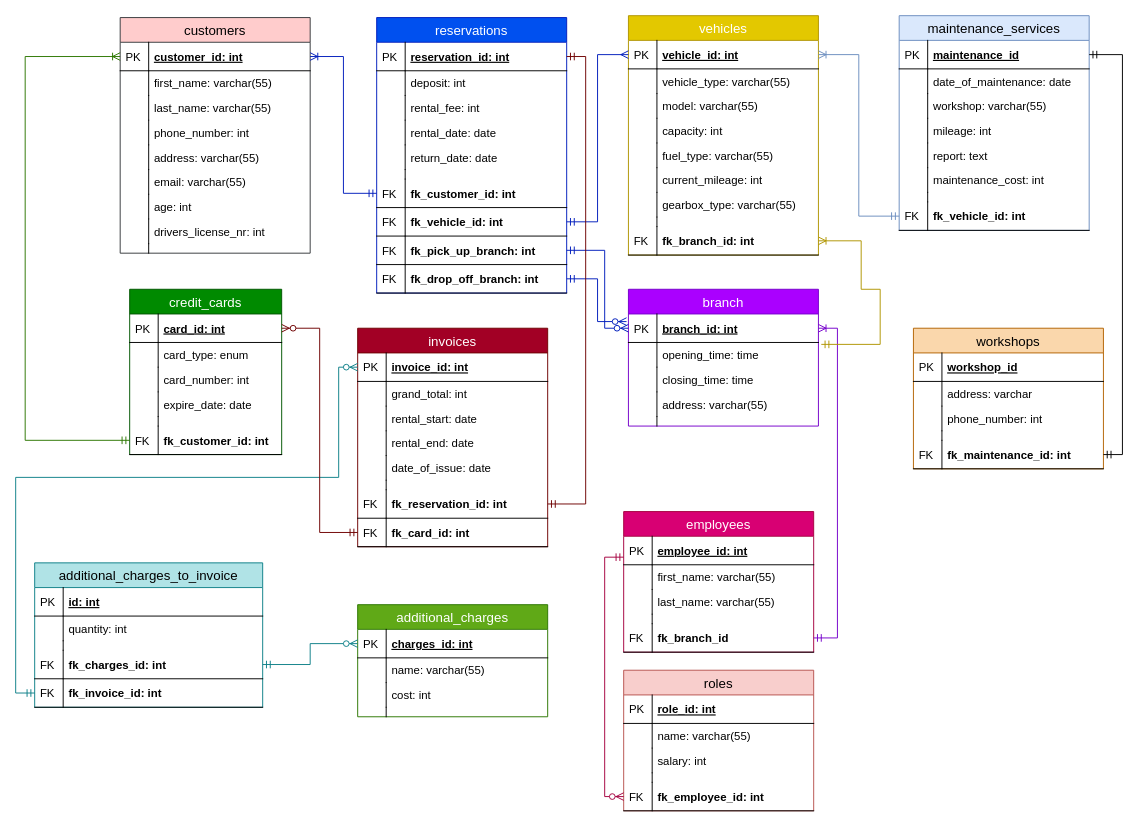
Earlier version of the draw.io diagram Database-Development/3nf.drawio (Cosmic0wl/FSWD70-Valentina-Panetta-CodeReview-09). Source tidied: cells renumbered, new cells numbered last; positions are measured from the earlier drawing's top-left corner, leaving out a move shared by most shapes. Both pictures are drawn from the tidied source at 95%, with x=0, y=0 at pixel (15, 15).
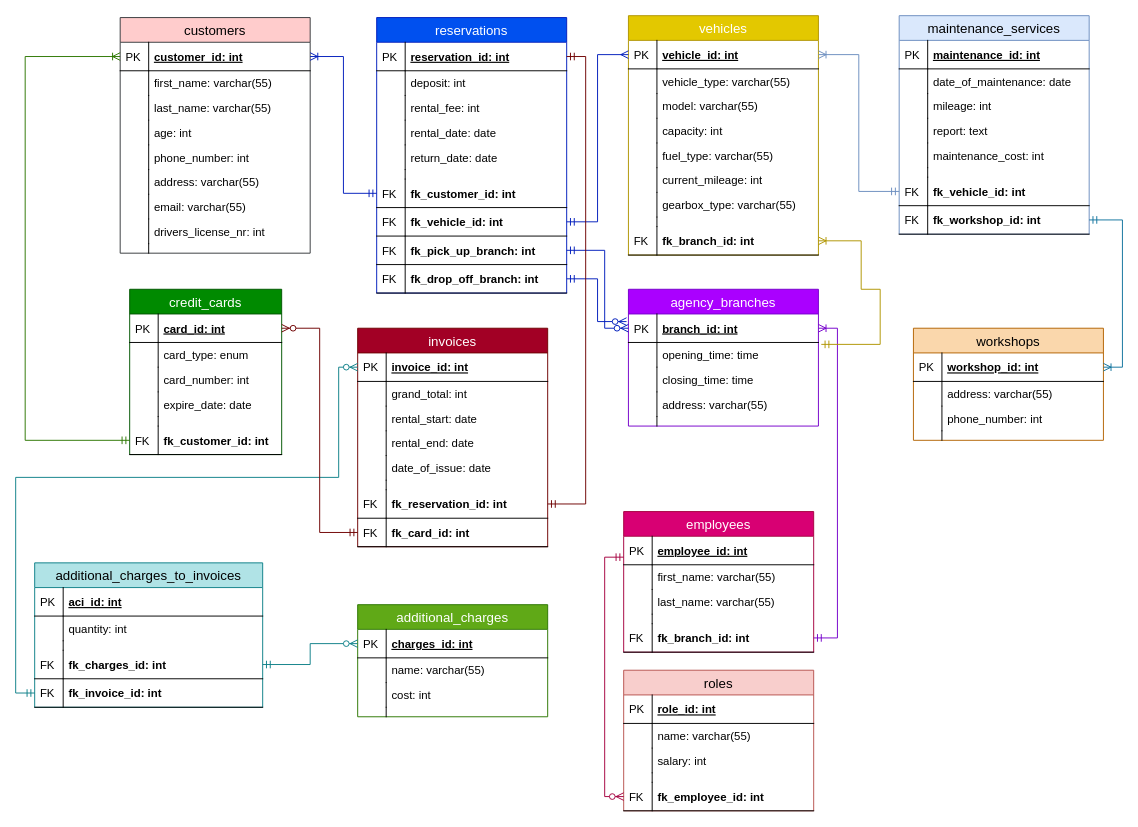
The same diagram, later.

The change refers to these unchanged cells:
```xml
<mxCell id="2" value="customers" style="swimlane;fontStyle=0;horizontal=1;startSize=26;fillColor=#ffcccc;swimlaneFillColor=#ffffff;align=center;fontSize=14;strokeColor=#36393d;" parent="1" vertex="1">
  <mxGeometry x="110" y="2" width="200" height="248" as="geometry" />
</mxCell>
<mxCell id="74" value="employees" style="swimlane;fontStyle=0;horizontal=1;startSize=26;fillColor=#d80073;swimlaneFillColor=#ffffff;align=center;fontSize=14;strokeColor=#A50040;fontColor=#ffffff;" parent="1" vertex="1">
  <mxGeometry x="640" y="522" width="200" height="148" as="geometry" />
</mxCell>
```

What changed in the source:
```diff
@@
+    <mxCell id="15" value="age: int&#10;" style="shape=partialRectangle;top=0;left=0;right=0;bottom=0;align=left;verticalAlign=top;fillColor=none;spacingLeft=34;spacingRight=4;overflow=hidden;fontSize=12;" parent="2" vertex="1">
+      <mxGeometry y="108" width="200" height="26" as="geometry" />
+    </mxCell>
+    <mxCell id="16" style="shape=partialRectangle;top=0;left=0;bottom=0;fillColor=none;align=left;verticalAlign=top;spacingLeft=4;spacingRight=4;overflow=hidden;fontSize=12;" parent="15" vertex="1">
+      <mxGeometry width="30" height="26" as="geometry" />
+    </mxCell>
     <mxCell id="9" value="phone_number: int&#10;" style="shape=partialRectangle;top=0;left=0;right=0;bottom=0;align=left;verticalAlign=top;fillColor=none;spacingLeft=34;spacingRight=4;overflow=hidden;fontSize=12;" parent="2" vertex="1">
-      <mxGeometry y="108" width="200" height="26" as="geometry" />
+      <mxGeometry y="134" width="200" height="26" as="geometry" />
     </mxCell>
@@
     <mxCell id="11" value="address: varchar(55)&#10;" style="shape=partialRectangle;top=0;left=0;right=0;bottom=0;align=left;verticalAlign=top;fillColor=none;spacingLeft=34;spacingRight=4;overflow=hidden;fontSize=12;" parent="2" vertex="1">
-      <mxGeometry y="134" width="200" height="26" as="geometry" />
+      <mxGeometry y="160" width="200" height="26" as="geometry" />
     </mxCell>
@@
     <mxCell id="13" value="email: varchar(55)&#10;" style="shape=partialRectangle;top=0;left=0;right=0;bottom=0;align=left;verticalAlign=top;fillColor=none;spacingLeft=34;spacingRight=4;overflow=hidden;fontSize=12;" parent="2" vertex="1">
-      <mxGeometry y="160" width="200" height="26" as="geometry" />
+      <mxGeometry y="186" width="200" height="26" as="geometry" />
     </mxCell>
@@
-    <mxCell id="15" value="age: int&#10;" style="shape=partialRectangle;top=0;left=0;right=0;bottom=0;align=left;verticalAlign=top;fillColor=none;spacingLeft=34;spacingRight=4;overflow=hidden;fontSize=12;" parent="2" vertex="1">
-      <mxGeometry y="186" width="200" height="26" as="geometry" />
-    </mxCell>
-    <mxCell id="16" style="shape=partialRectangle;top=0;left=0;bottom=0;fillColor=none;align=left;verticalAlign=top;spacingLeft=4;spacingRight=4;overflow=hidden;fontSize=12;" parent="15" vertex="1">
-      <mxGeometry width="30" height="26" as="geometry" />
-    </mxCell>
@@
-    <mxCell id="83" value="fk_branch_id" style="shape=partialRectangle;top=0;left=0;right=0;bottom=1;align=left;verticalAlign=middle;fillColor=none;spacingLeft=34;spacingRight=4;overflow=hidden;points=[[0,0.5],[1,0.5]];portConstraint=eastwest;fontStyle=1;fontSize=12;" parent="74" vertex="1">
+    <mxCell id="83" value="fk_branch_id: int" style="shape=partialRectangle;top=0;left=0;right=0;bottom=1;align=left;verticalAlign=middle;fillColor=none;spacingLeft=34;spacingRight=4;overflow=hidden;points=[[0,0.5],[1,0.5]];portConstraint=eastwest;fontStyle=1;fontSize=12;" parent="74" vertex="1">
       <mxGeometry y="118" width="200" height="30" as="geometry" />
     </mxCell>
@@
-    <mxCell id="96" value="branch" style="swimlane;fontStyle=0;horizontal=1;startSize=26;fillColor=#aa00ff;swimlaneFillColor=#ffffff;align=center;fontSize=14;strokeColor=#7700CC;fontColor=#ffffff;" parent="1" vertex="1">
+    <mxCell id="96" value="agency_branches" style="swimlane;fontStyle=0;horizontal=1;startSize=26;fillColor=#aa00ff;swimlaneFillColor=#ffffff;align=center;fontSize=14;strokeColor=#7700CC;fontColor=#ffffff;" parent="1" vertex="1">
       <mxGeometry x="645" y="288" width="200" height="144" as="geometry" />
     </mxCell>
@@
-    <mxCell id="140" value="additional_charges_to_invoice" style="swimlane;fontStyle=0;horizontal=1;startSize=26;fillColor=#b0e3e6;swimlaneFillColor=#ffffff;align=center;fontSize=14;strokeColor=#0e8088;" parent="1" vertex="1">
+    <mxCell id="140" value="additional_charges_to_invoices" style="swimlane;fontStyle=0;horizontal=1;startSize=26;fillColor=#b0e3e6;swimlaneFillColor=#ffffff;align=center;fontSize=14;strokeColor=#0e8088;" parent="1" vertex="1">
       <mxGeometry x="20" y="576" width="240" height="152" as="geometry" />
     </mxCell>
-    <mxCell id="141" value="id: int" style="shape=partialRectangle;top=0;left=0;right=0;bottom=1;align=left;verticalAlign=middle;fillColor=none;spacingLeft=34;spacingRight=4;overflow=hidden;fontStyle=5;fontSize=12;" parent="140" vertex="1">
+    <mxCell id="141" value="aci_id: int" style="shape=partialRectangle;top=0;left=0;right=0;bottom=1;align=left;verticalAlign=middle;fillColor=none;spacingLeft=34;spacingRight=4;overflow=hidden;fontStyle=5;fontSize=12;" parent="140" vertex="1">
       <mxGeometry y="26" width="240" height="30" as="geometry" />
     </mxCell>
@@
     <mxCell id="156" value="maintenance_services" style="swimlane;fontStyle=0;horizontal=1;startSize=26;fillColor=#dae8fc;swimlaneFillColor=#ffffff;align=center;fontSize=14;strokeColor=#6c8ebf;" parent="1" vertex="1">
-      <mxGeometry x="930" width="200" height="226" as="geometry" />
+      <mxGeometry x="930" width="200" height="230" as="geometry" />
     </mxCell>
-    <mxCell id="157" value="maintenance_id" style="shape=partialRectangle;top=0;left=0;right=0;bottom=1;align=left;verticalAlign=middle;fillColor=none;spacingLeft=34;spacingRight=4;overflow=hidden;points=[[0,0.5],[1,0.5]];portConstraint=eastwest;fontStyle=5;fontSize=12;" parent="156" vertex="1">
+    <mxCell id="157" value="maintenance_id: int" style="shape=partialRectangle;top=0;left=0;right=0;bottom=1;align=left;verticalAlign=middle;fillColor=none;spacingLeft=34;spacingRight=4;overflow=hidden;points=[[0,0.5],[1,0.5]];portConstraint=eastwest;fontStyle=5;fontSize=12;" parent="156" vertex="1">
       <mxGeometry y="26" width="200" height="30" as="geometry" />
     </mxCell>
@@
-    <mxCell id="161" value="workshop: varchar(55)&#10;" style="shape=partialRectangle;top=0;left=0;right=0;bottom=0;align=left;verticalAlign=top;fillColor=none;spacingLeft=34;spacingRight=4;overflow=hidden;fontSize=12;" parent="156" vertex="1">
-      <mxGeometry y="82" width="200" height="26" as="geometry" />
-    </mxCell>
-    <mxCell id="162" style="shape=partialRectangle;top=0;left=0;bottom=0;fillColor=none;align=left;verticalAlign=top;spacingLeft=4;spacingRight=4;overflow=hidden;fontSize=12;" parent="161" vertex="1">
-      <mxGeometry width="30" height="26" as="geometry" />
-    </mxCell>
     <mxCell id="163" value="mileage: int&#10;" style="shape=partialRectangle;top=0;left=0;right=0;bottom=0;align=left;verticalAlign=top;fillColor=none;spacingLeft=34;spacingRight=4;overflow=hidden;fontSize=12;" parent="156" vertex="1">
-      <mxGeometry y="108" width="200" height="26" as="geometry" />
+      <mxGeometry y="82" width="200" height="26" as="geometry" />
     </mxCell>
@@
     <mxCell id="165" value="report: text&#10;" style="shape=partialRectangle;top=0;left=0;right=0;bottom=0;align=left;verticalAlign=top;fillColor=none;spacingLeft=34;spacingRight=4;overflow=hidden;fontSize=12;" parent="156" vertex="1">
-      <mxGeometry y="134" width="200" height="26" as="geometry" />
+      <mxGeometry y="108" width="200" height="26" as="geometry" />
     </mxCell>
@@
     <mxCell id="167" value="maintenance_cost: int&#10;" style="shape=partialRectangle;top=0;left=0;right=0;bottom=0;align=left;verticalAlign=top;fillColor=none;spacingLeft=34;spacingRight=4;overflow=hidden;fontSize=12;" parent="156" vertex="1">
-      <mxGeometry y="160" width="200" height="26" as="geometry" />
+      <mxGeometry y="134" width="200" height="26" as="geometry" />
     </mxCell>
@@
     <mxCell id="169" style="shape=partialRectangle;top=0;left=0;right=0;bottom=0;align=left;verticalAlign=top;fillColor=none;spacingLeft=34;spacingRight=4;overflow=hidden;fontSize=12;" parent="156" vertex="1">
-      <mxGeometry y="186" width="200" height="10" as="geometry" />
+      <mxGeometry y="160" width="200" height="10" as="geometry" />
     </mxCell>
@@
     <mxCell id="171" value="fk_vehicle_id: int" style="shape=partialRectangle;top=0;left=0;right=0;bottom=1;align=left;verticalAlign=middle;fillColor=none;spacingLeft=34;spacingRight=4;overflow=hidden;points=[[0,0.5],[1,0.5]];portConstraint=eastwest;fontStyle=1;fontSize=12;" parent="156" vertex="1">
-      <mxGeometry y="196" width="200" height="30" as="geometry" />
+      <mxGeometry y="170" width="200" height="30" as="geometry" />
     </mxCell>
@@
+    <mxCell id="186" value="fk_workshop_id: int" style="shape=partialRectangle;top=0;left=0;right=0;bottom=1;align=left;verticalAlign=middle;fillColor=none;spacingLeft=34;spacingRight=4;overflow=hidden;points=[[0,0.5],[1,0.5]];portConstraint=eastwest;fontStyle=1;fontSize=12;" parent="156" vertex="1">
+      <mxGeometry y="200" width="200" height="30" as="geometry" />
+    </mxCell>
+    <mxCell id="184" value="FK" style="shape=partialRectangle;top=0;left=0;bottom=0;fillColor=none;align=left;verticalAlign=middle;spacingLeft=4;spacingRight=4;overflow=hidden;fontSize=12;" parent="186" vertex="1">
+      <mxGeometry width="30" height="30" as="geometry" />
+    </mxCell>
@@
     <mxCell id="174" value="workshops" style="swimlane;fontStyle=0;horizontal=1;startSize=26;fillColor=#fad7ac;swimlaneFillColor=#ffffff;align=center;fontSize=14;strokeColor=#b46504;" parent="1" vertex="1">
-      <mxGeometry x="945" y="329" width="200" height="148" as="geometry" />
+      <mxGeometry x="945" y="329" width="200" height="118" as="geometry" />
     </mxCell>
-    <mxCell id="175" value="workshop_id" style="shape=partialRectangle;top=0;left=0;right=0;bottom=1;align=left;verticalAlign=middle;fillColor=none;spacingLeft=34;spacingRight=4;overflow=hidden;points=[[0,0.5],[1,0.5]];portConstraint=eastwest;fontStyle=5;fontSize=12;" parent="174" vertex="1">
+    <mxCell id="175" value="workshop_id: int" style="shape=partialRectangle;top=0;left=0;right=0;bottom=1;align=left;verticalAlign=middle;fillColor=none;spacingLeft=34;spacingRight=4;overflow=hidden;points=[[0,0.5],[1,0.5]];portConstraint=eastwest;fontStyle=5;fontSize=12;" parent="174" vertex="1">
       <mxGeometry y="26" width="200" height="30" as="geometry" />
     </mxCell>
@@
-    <mxCell id="177" value="address: varchar&#10;" style="shape=partialRectangle;top=0;left=0;right=0;bottom=0;align=left;verticalAlign=top;fillColor=none;spacingLeft=34;spacingRight=4;overflow=hidden;fontSize=12;" parent="174" vertex="1">
+    <mxCell id="177" value="address: varchar(55)&#10;" style="shape=partialRectangle;top=0;left=0;right=0;bottom=0;align=left;verticalAlign=top;fillColor=none;spacingLeft=34;spacingRight=4;overflow=hidden;fontSize=12;" parent="174" vertex="1">
       <mxGeometry y="56" width="200" height="26" as="geometry" />
     </mxCell>
@@
-    <mxCell id="183" value="fk_maintenance_id: int" style="shape=partialRectangle;top=0;left=0;right=0;bottom=1;align=left;verticalAlign=middle;fillColor=none;spacingLeft=34;spacingRight=4;overflow=hidden;points=[[0,0.5],[1,0.5]];portConstraint=eastwest;fontStyle=1;fontSize=12;" parent="174" vertex="1">
-      <mxGeometry y="118" width="200" height="30" as="geometry" />
-    </mxCell>
-    <mxCell id="184" value="FK" style="shape=partialRectangle;top=0;left=0;bottom=0;fillColor=none;align=left;verticalAlign=middle;spacingLeft=4;spacingRight=4;overflow=hidden;fontSize=12;" parent="183" vertex="1">
-      <mxGeometry width="30" height="30" as="geometry" />
-    </mxCell>
-    <mxCell id="185" style="edgeStyle=orthogonalEdgeStyle;rounded=0;jettySize=auto;html=1;exitX=1;exitY=0.5;exitDx=0;exitDy=0;entryX=1;entryY=0.5;entryDx=0;entryDy=0;startArrow=ERmandOne;startFill=0;endArrow=ERmandOne;endFill=0;" parent="1" edge="1" source="183" target="157">
-      <mxGeometry relative="1" as="geometry" />
-    </mxCell>
+    <mxCell id="187" style="edgeStyle=orthogonalEdgeStyle;rounded=0;jettySize=auto;html=1;entryX=1;entryY=0.5;entryDx=0;entryDy=0;startArrow=ERmandOne;startFill=0;endArrow=ERoneToMany;endFill=0;fillColor=#b1ddf0;strokeColor=#10739e;" parent="1" edge="1" source="186" target="175">
+      <mxGeometry relative="1" as="geometry" />
+    </mxCell>
```
